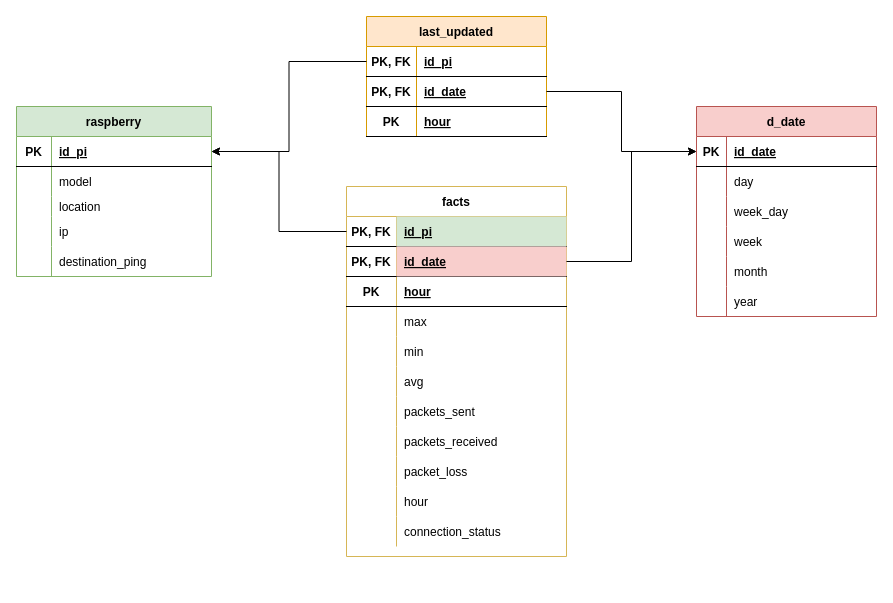
The draw.io diagram database/star_schema.drawio in pedro-carmine/network-monitoring-raspberry, before the edit. Source tidied: cells renumbered, new cells numbered last; positions are measured from the earlier drawing's top-left corner, leaving out a move shared by most shapes. Both pictures are drawn from the tidied source at 100%, with x=0, y=0 at pixel (16, 16).
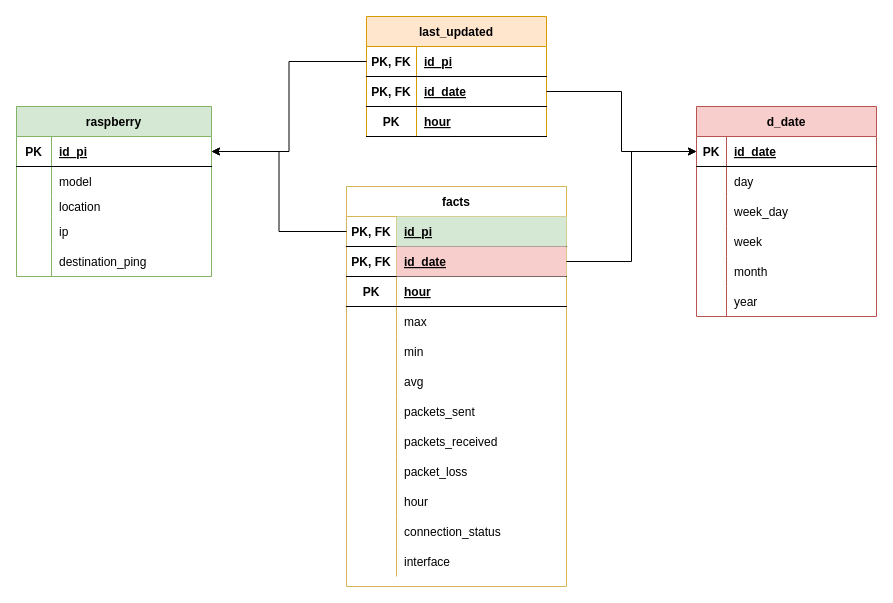
The same page after the edit.

Commit message (it also covers changes not shown here):
updating entity relation for the database

The edit, as a diff of the source:
```diff
@@
     <mxCell id="37" value="facts" style="shape=table;startSize=30;childLayout=tableLayout;rowLines=0;fontStyle=1;align=center;rounded=0;shadow=0;sketch=0;fillColor=none;strokeColor=#d6b656;" parent="1" vertex="1">
-      <mxGeometry x="330" y="170" width="220" height="370" as="geometry" />
+      <mxGeometry x="330" y="170" width="220" height="400" as="geometry" />
     </mxCell>
@@
+    <mxCell id="85" style="shape=tableRow;horizontal=0;startSize=0;swimlaneHead=0;swimlaneBody=0;fillColor=none;top=0;left=0;right=0;bottom=0;" parent="37" vertex="1">
+      <mxGeometry y="360" width="220" height="30" as="geometry" />
+    </mxCell>
+    <mxCell id="86" style="shape=partialRectangle;fillColor=none;top=0;left=0;bottom=0;right=0;overflow=hidden;" parent="85" vertex="1">
+      <mxGeometry width="50" height="30" as="geometry" />
+    </mxCell>
+    <mxCell id="87" value="interface" style="shape=partialRectangle;fillColor=none;top=0;left=0;bottom=0;right=0;align=left;spacingLeft=6;overflow=hidden;" parent="85" vertex="1">
+      <mxGeometry x="50" width="170" height="30" as="geometry" />
+    </mxCell>
```
